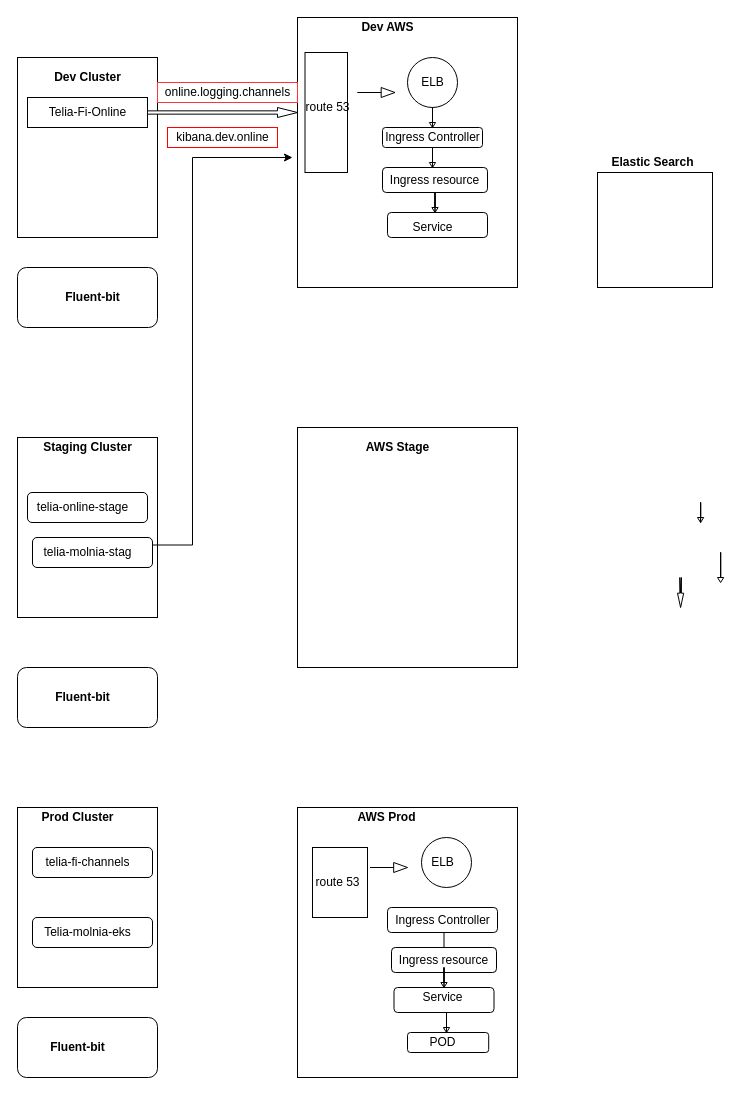
Above: Untitled Diagram.drawio in Samit7069/mygitrep (draw.io), before the change. Source tidied: cells renumbered, new cells numbered last; positions are measured from the earlier drawing's top-left corner, leaving out a move shared by most shapes. Both pictures are drawn from the tidied source at 100%, with x=0, y=0 at pixel (17, 17).
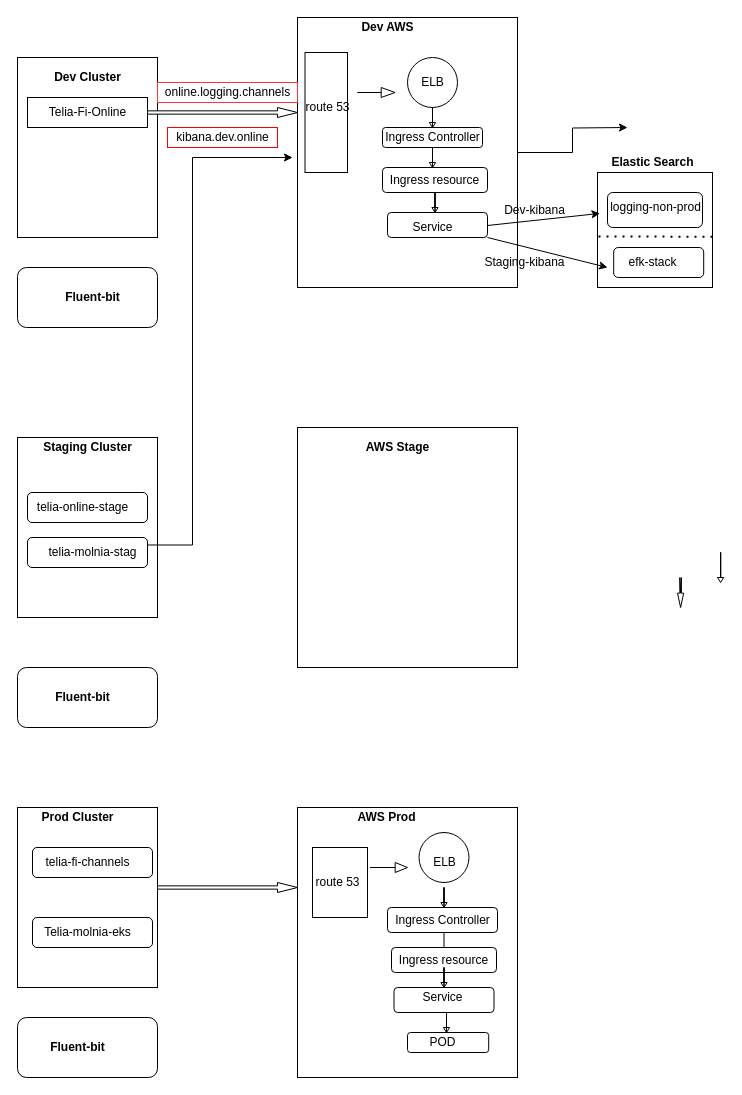
After the change.

Commit message:
kibana_set

Unchanged cells that the change refers to:
```xml
<mxCell id="7" style="rounded=0;whiteSpace=wrap;html=1;fillColor=#FFFFFF;" parent="1" vertex="1">
  <mxGeometry x="280" width="220" height="270" as="geometry" />
</mxCell>
<mxCell id="39" style="rounded=1;whiteSpace=wrap;html=1;" parent="1" vertex="1">
  <mxGeometry x="370" y="195" width="100" height="25" as="geometry" />
</mxCell>
<mxCell id="66" style="whiteSpace=wrap;html=1;strokeColor=#000000;" parent="1" vertex="1">
  <mxGeometry x="580" y="155" width="115" height="115" as="geometry" />
</mxCell>
```

Diff of the diagram source:
```diff
@@
+    <mxCell id="68" style="edgeStyle=orthogonalEdgeStyle;rounded=0;jettySize=auto;html=1;" parent="1" edge="1" source="7">
+      <mxGeometry relative="1" as="geometry">
+        <mxPoint x="610" y="110" as="targetPoint" />
+      </mxGeometry>
+    </mxCell>
@@
     <mxCell id="13" style="rounded=1;whiteSpace=wrap;html=1;" parent="1" vertex="1">
-      <mxGeometry x="15" y="520" width="120" height="30" as="geometry" />
+      <mxGeometry x="10" y="520" width="120" height="30" as="geometry" />
     </mxCell>
@@
     <mxCell id="15" value="telia-molnia-stag" style="text;html=1;align=center;verticalAlign=middle;fillColor=none;strokeColor=none;rounded=0;" parent="1" vertex="1">
-      <mxGeometry x="20" y="525" width="100" height="20" as="geometry" />
+      <mxGeometry x="25" y="525" width="100" height="20" as="geometry" />
     </mxCell>
@@
     <mxCell id="32" style="html=1;shadow=0;dashed=0;align=center;verticalAlign=middle;shape=mxgraph.arrows2.arrow;dy=1;dx=5;direction=south;notch=25;" parent="1" vertex="1">
-      <mxGeometry x="680" y="485" width="6.2" height="20" as="geometry" />
+      <mxGeometry x="423.4" y="870" width="6.2" height="20" as="geometry" />
     </mxCell>
@@
-    <mxCell id="51" style="html=1;shadow=0;dashed=0;align=center;verticalAlign=middle;shape=mxgraph.arrows2.arrow;dy=1;dx=13.83;notch=0;" parent="1" vertex="1">
+    <mxCell id="51" style="html=1;shadow=0;dashed=0;align=center;verticalAlign=middle;shape=mxgraph.arrows2.arrow;dy=1;dx=12.33;notch=0;" parent="1" vertex="1">
       <mxGeometry x="352.5" y="845" width="37.5" height="10" as="geometry" />
     </mxCell>
     <mxCell id="52" style="ellipse;whiteSpace=wrap;html=1;" parent="1" vertex="1">
-      <mxGeometry x="404" y="820" width="50" height="50" as="geometry" />
+      <mxGeometry x="401.5" y="815" width="50" height="50" as="geometry" />
     </mxCell>
     <mxCell id="53" value="ELB" style="text;html=1;align=center;verticalAlign=middle;fillColor=none;strokeColor=none;rounded=0;" parent="1" vertex="1">
-      <mxGeometry x="405" y="835" width="40" height="20" as="geometry" />
+      <mxGeometry x="406.5" y="835" width="40" height="20" as="geometry" />
     </mxCell>
@@
+    <mxCell id="69" style="rounded=1;whiteSpace=wrap;html=1;strokeColor=#000000;fillColor=#FFFFFF;" parent="1" vertex="1">
+      <mxGeometry x="590" y="175" width="95" height="35" as="geometry" />
+    </mxCell>
+    <mxCell id="70" style="rounded=1;whiteSpace=wrap;html=1;strokeColor=#000000;fillColor=#FFFFFF;" parent="1" vertex="1">
+      <mxGeometry x="596.2" y="230" width="90" height="30" as="geometry" />
+    </mxCell>
+    <mxCell id="71" style="endArrow=none;dashed=1;html=1;dashPattern=1 3;strokeWidth=2;rounded=0;" parent="1" edge="1">
+      <mxGeometry relative="1" as="geometry">
+        <mxPoint x="695" y="219.2" as="sourcePoint" />
+        <mxPoint x="580" y="219" as="targetPoint" />
+      </mxGeometry>
+    </mxCell>
+    <mxCell id="72" value="logging-non-prod" style="text;html=1;align=center;verticalAlign=middle;points=[];fillColor=none;strokeColor=none;rounded=0;" parent="1" vertex="1">
+      <mxGeometry x="582.5" y="180" width="110" height="20" as="geometry" />
+    </mxCell>
+    <mxCell id="73" value="efk-stack" style="text;html=1;align=center;verticalAlign=middle;fillColor=none;strokeColor=none;rounded=0;" parent="1" vertex="1">
+      <mxGeometry x="605" y="235" width="60" height="20" as="geometry" />
+    </mxCell>
+    <mxCell id="74" style="endArrow=classic;html=1;rounded=0;" parent="1" edge="1" target="72">
+      <mxGeometry relative="1" as="geometry">
+        <mxPoint x="470" y="208" as="sourcePoint" />
+      </mxGeometry>
+    </mxCell>
+    <mxCell id="75" style="endArrow=classic;html=1;rounded=0;entryX=0.087;entryY=0.826;entryDx=0;entryDy=0;entryPerimeter=0;" parent="1" edge="1" source="39" target="66">
+      <mxGeometry relative="1" as="geometry" />
+    </mxCell>
+    <mxCell id="76" value="Dev-kibana" style="text;html=1;align=center;verticalAlign=middle;fillColor=none;strokeColor=none;rounded=0;" parent="1" vertex="1">
+      <mxGeometry x="476.5" y="182.5" width="80" height="20" as="geometry" />
+    </mxCell>
+    <mxCell id="77" value="Staging-kibana" style="text;html=1;align=center;verticalAlign=middle;fillColor=none;strokeColor=none;rounded=0;" parent="1" vertex="1">
+      <mxGeometry x="456.5" y="235" width="100" height="20" as="geometry" />
+    </mxCell>
+    <mxCell id="78" style="html=1;shadow=0;dashed=0;align=center;verticalAlign=middle;shape=mxgraph.arrows2.arrow;dy=0.67;dx=20;notch=0;" parent="1" vertex="1">
+      <mxGeometry x="140" y="865" width="140" height="10" as="geometry" />
+    </mxCell>
```
